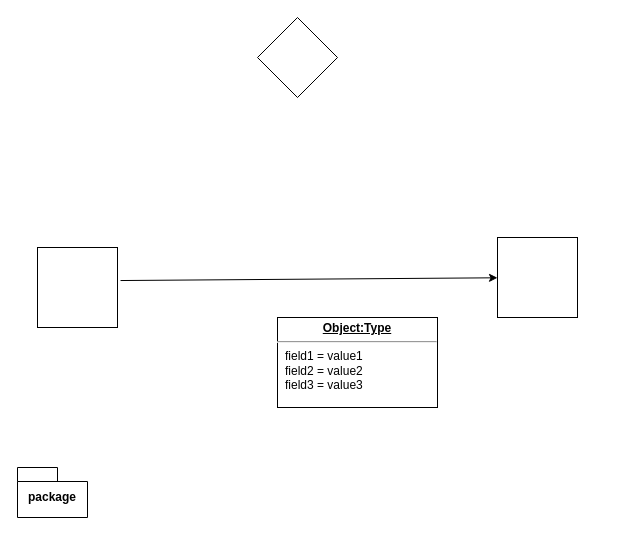
Before: exampleTest.drawio in phanthanhvu28/diagrams, a draw.io diagram. Source tidied: cells renumbered, new cells numbered last; positions are measured from the earlier drawing's top-left corner, leaving out a move shared by most shapes. Both pictures are drawn from the tidied source at 100%, with x=0, y=0 at pixel (17, 17).
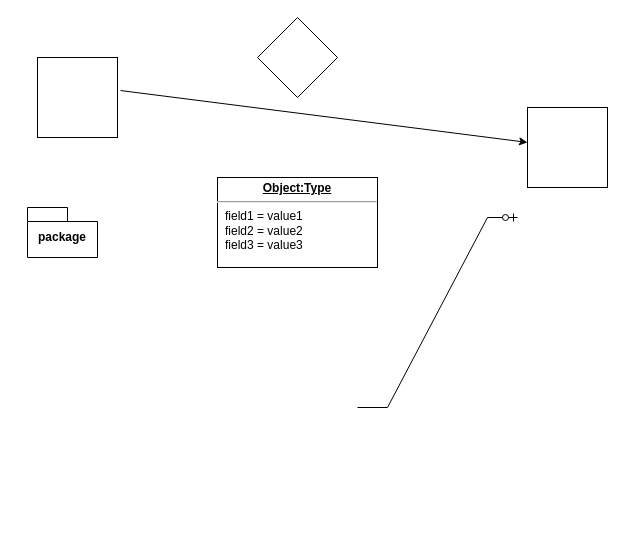
The same diagram, later.

The edit, as a diff of the source:
```diff
@@
 <mxGraphModel>
   <root>
     <mxCell id="0" />
     <mxCell id="1" parent="0" />
     <mxCell id="2" style="whiteSpace=wrap;html=1;" parent="1" vertex="1">
-      <mxGeometry x="20" y="230" width="80" height="80" as="geometry" />
+      <mxGeometry x="20" y="40" width="80" height="80" as="geometry" />
     </mxCell>
     <mxCell id="3" style="whiteSpace=wrap;html=1;" parent="1" vertex="1">
-      <mxGeometry x="480" y="220" width="80" height="80" as="geometry" />
+      <mxGeometry x="510" y="90" width="80" height="80" as="geometry" />
     </mxCell>
     <mxCell id="4" style="endArrow=classic;html=1;rounded=0;exitX=1.038;exitY=0.413;exitDx=0;exitDy=0;exitPerimeter=0;" parent="1" edge="1" source="2" target="3">
       <mxGeometry relative="1" as="geometry" />
     </mxCell>
     <mxCell id="5" style="rhombus;whiteSpace=wrap;html=1;" parent="1" vertex="1">
       <mxGeometry x="240" width="80" height="80" as="geometry" />
     </mxCell>
     <mxCell id="6" value="&lt;p style=&quot;margin:0px;margin-top:4px;text-align:center;text-decoration:underline;&quot;&gt;&lt;b&gt;Object:Type&lt;/b&gt;&lt;/p&gt;&lt;hr/&gt;&lt;p style=&quot;margin:0px;margin-left:8px;&quot;&gt;field1 = value1&lt;br/&gt;field2 = value2&lt;br&gt;field3 = value3&lt;/p&gt;" style="verticalAlign=top;align=left;overflow=fill;fontSize=12;fontFamily=Helvetica;html=1;whiteSpace=wrap;" parent="1" vertex="1">
-      <mxGeometry x="260" y="300" width="160" height="90" as="geometry" />
+      <mxGeometry x="200" y="160" width="160" height="90" as="geometry" />
     </mxCell>
     <mxCell id="7" value="package" style="shape=folder;fontStyle=1;spacingTop=10;tabWidth=40;tabHeight=14;tabPosition=left;html=1;whiteSpace=wrap;" parent="1" vertex="1">
-      <mxGeometry y="450" width="70" height="50" as="geometry" />
+      <mxGeometry x="10" y="190" width="70" height="50" as="geometry" />
     </mxCell>
+    <mxCell id="8" style="edgeStyle=entityRelationEdgeStyle;fontSize=12;html=1;endArrow=ERzeroToOne;endFill=1;rounded=0;" parent="1" edge="1">
+      <mxGeometry relative="1" as="geometry">
+        <mxPoint x="340" y="390" as="sourcePoint" />
+        <mxPoint x="500" y="200" as="targetPoint" />
+        <Array as="points">
+          <mxPoint x="420" y="260" />
+          <mxPoint x="470" y="270" />
+        </Array>
+      </mxGeometry>
+    </mxCell>
   </root>
 </mxGraphModel>
```
